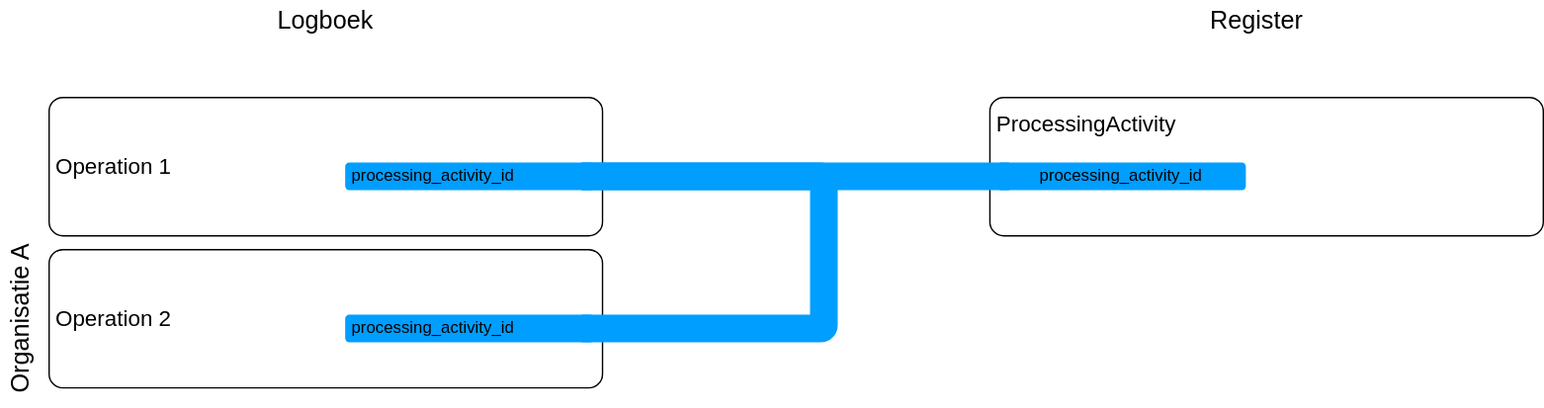
Before: media/relatie_logboekelementen_afbeelding1.svg, a diagram exported from draw.io (Logius-standaarden/logboek-dataverwerkingen-inleiding). Source tidied: cells renumbered, new cells last; positions are measured from the earlier drawing's top-left corner, leaving out a move shared by most shapes.
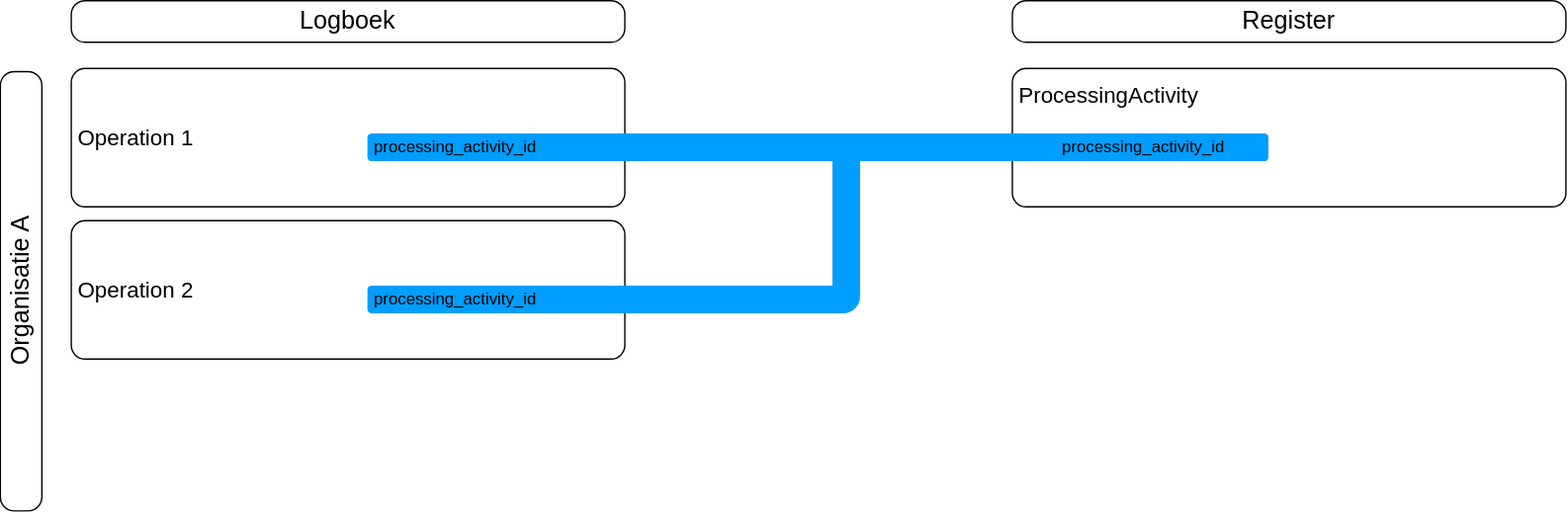
After the commit.

What changed in the source:
```diff
@@ -2,43 +2,43 @@
   <root>
     <mxCell id="0" />
     <mxCell id="1" parent="0" />
+    <mxCell id="4" value="Operation 2" style="rounded=1;whiteSpace=wrap;html=1;align=left;fontSize=16;spacing=5;absoluteArcSize=1;" parent="1" vertex="1">
+      <mxGeometry x="85" y="180" width="400" height="100" as="geometry" />
+    </mxCell>
+    <mxCell id="6" value="ProcessingActivity" style="rounded=1;whiteSpace=wrap;html=1;align=left;fontSize=16;spacing=5;absoluteArcSize=1;verticalAlign=top;" parent="1" vertex="1">
+      <mxGeometry x="765" y="70" width="400" height="100" as="geometry" />
+    </mxCell>
     <mxCell id="2" value="Operation 1" style="rounded=1;whiteSpace=wrap;html=1;align=left;fontSize=16;spacing=5;absoluteArcSize=1;" parent="1" vertex="1">
       <mxGeometry x="85" y="70" width="400" height="100" as="geometry" />
     </mxCell>
-    <mxCell id="3" value="processing_activity_id" style="rounded=1;whiteSpace=wrap;html=1;strokeColor=none;fillColor=#009EFF;points=[[0,0,0,0,0],[0,0.25,0,0,0],[0,0.75,0,0,0],[0,1,0,0,0],[0.05,0.5,0,0,0],[0.25,0,0,0,0],[0.25,1,0,0,0],[0.5,0,0,0,0],[0.5,1,0,0,0],[0.75,0,0,0,0],[0.75,1,0,0,0],[0.95,0.5,0,0,0],[1,0,0,0,0],[1,0.25,0,0,0],[1,0.75,0,0,0],[1,1,0,0,0]];align=left;spacing=5;" parent="1" vertex="1">
-      <mxGeometry x="299" y="117" width="180" height="20" as="geometry" />
-    </mxCell>
-    <mxCell id="4" value="Operation 2" style="rounded=1;whiteSpace=wrap;html=1;align=left;fontSize=16;spacing=5;absoluteArcSize=1;" parent="1" vertex="1">
-      <mxGeometry x="85" y="180" width="400" height="100" as="geometry" />
-    </mxCell>
-    <mxCell id="5" value="processing_activity_id" style="rounded=1;whiteSpace=wrap;html=1;strokeColor=none;fillColor=#009EFF;points=[[0,0,0,0,0],[0,0.25,0,0,0],[0,0.75,0,0,0],[0,1,0,0,0],[0.05,0.5,0,0,0],[0.25,0,0,0,0],[0.25,1,0,0,0],[0.5,0,0,0,0],[0.5,1,0,0,0],[0.75,0,0,0,0],[0.75,1,0,0,0],[0.95,0.5,0,0,0],[1,0,0,0,0],[1,0.25,0,0,0],[1,0.75,0,0,0],[1,1,0,0,0]];align=left;spacing=5;" parent="1" vertex="1">
-      <mxGeometry x="299" y="227" width="180" height="20" as="geometry" />
-    </mxCell>
-    <mxCell id="6" value="ProcessingActivity" style="rounded=1;whiteSpace=wrap;html=1;align=left;fontSize=16;spacing=5;absoluteArcSize=1;verticalAlign=top;" parent="1" vertex="1">
-      <mxGeometry x="765" y="70" width="400" height="100" as="geometry" />
-    </mxCell>
-    <mxCell id="7" value="processing_activity_id" style="rounded=1;whiteSpace=wrap;html=1;strokeColor=none;fillColor=#009EFF;points=[[0,0,0,0,0],[0,0.25,0,0,0],[0,0.75,0,0,0],[0,1,0,0,0],[0.05,0.5,0,0,0],[0.25,0,0,0,0],[0.25,1,0,0,0],[0.5,0,0,0,0],[0.5,1,0,0,0],[0.75,0,0,0,0],[0.75,1,0,0,0],[0.95,0.5,0,0,0],[1,0,0,0,0],[1,0.25,0,0,0],[1,0.75,0,0,0],[1,1,0,0,0]];align=center;spacing=5;" parent="1" vertex="1">
-      <mxGeometry x="770" y="117" width="180" height="20" as="geometry" />
-    </mxCell>
-    <mxCell id="8" style="edgeStyle=orthogonalEdgeStyle;rounded=1;jettySize=auto;html=1;endArrow=none;startFill=0;strokeWidth=20;exitX=0.95;exitY=0.5;exitDx=0;exitDy=0;exitPerimeter=0;strokeColor=#009EFF;curved=0;arcSize=5;entryX=0.05;entryY=0.5;entryDx=0;entryDy=0;entryPerimeter=0;" parent="1" edge="1" source="3" target="7">
-      <mxGeometry relative="1" as="geometry" />
-    </mxCell>
-    <mxCell id="9" value="Organisatie A" style="text;html=1;align=center;verticalAlign=middle;whiteSpace=wrap;rounded=0;rotation=-90;fontSize=18;" parent="1" vertex="1">
-      <mxGeometry y="215" width="130" height="30" as="geometry" />
+    <mxCell id="9" value="Organisatie A" style="text;html=1;align=center;verticalAlign=middle;whiteSpace=wrap;rounded=1;rotation=-90;fontSize=18;fillColor=none;strokeColor=default;absoluteArcSize=1;" parent="1" vertex="1">
+      <mxGeometry x="-110" y="216" width="317.5" height="30" as="geometry" />
     </mxCell>
-    <mxCell id="10" value="Logboek" style="text;html=1;align=center;verticalAlign=middle;whiteSpace=wrap;rounded=0;rotation=0;fontSize=18;" parent="1" vertex="1">
-      <mxGeometry x="255" width="60" height="30" as="geometry" />
+    <mxCell id="10" value="Logboek" style="text;html=1;align=center;verticalAlign=middle;whiteSpace=wrap;rounded=1;rotation=0;fontSize=18;fillColor=none;strokeColor=default;absoluteArcSize=1;" parent="1" vertex="1">
+      <mxGeometry x="85" y="21" width="400" height="30" as="geometry" />
     </mxCell>
-    <mxCell id="11" value="Register" style="text;html=1;align=center;verticalAlign=middle;whiteSpace=wrap;rounded=0;rotation=0;fontSize=18;" parent="1" vertex="1">
-      <mxGeometry x="928" width="60" height="30" as="geometry" />
+    <mxCell id="11" value="Register" style="text;html=1;align=center;verticalAlign=middle;whiteSpace=wrap;rounded=1;rotation=0;fontSize=18;fillColor=none;strokeColor=default;absoluteArcSize=1;" parent="1" vertex="1">
+      <mxGeometry x="765" y="21" width="400" height="30" as="geometry" />
     </mxCell>
-    <mxCell id="12" style="edgeStyle=orthogonalEdgeStyle;rounded=1;jettySize=auto;html=1;entryX=0.95;entryY=0.5;entryDx=0;entryDy=0;entryPerimeter=0;endArrow=none;startFill=0;strokeWidth=20;exitX=0.95;exitY=0.5;exitDx=0;exitDy=0;exitPerimeter=0;strokeColor=#009EFF;curved=0;arcSize=5;" parent="1" edge="1" source="3" target="5">
-      <mxGeometry relative="1" as="geometry">
-        <Array as="points">
-          <mxPoint x="645" y="127" />
-          <mxPoint x="645" y="237" />
-        </Array>
-      </mxGeometry>
-    </mxCell>
+    <mxCell id="13" style="edgeStyle=orthogonalEdgeStyle;rounded=1;jettySize=auto;html=1;entryX=0.95;entryY=0.5;entryDx=0;entryDy=0;entryPerimeter=0;endArrow=none;startFill=0;strokeWidth=20;exitX=0.95;exitY=0.5;exitDx=0;exitDy=0;exitPerimeter=0;strokeColor=#009EFF;curved=0;arcSize=5;" parent="1" edge="1" source="15" target="16">
+      <mxGeometry relative="1" as="geometry">
+        <Array as="points">
+          <mxPoint x="645" y="127" />
+          <mxPoint x="645" y="237" />
+        </Array>
+      </mxGeometry>
+    </mxCell>
+    <mxCell id="14" style="edgeStyle=orthogonalEdgeStyle;rounded=1;jettySize=auto;html=1;endArrow=none;startFill=0;strokeWidth=20;exitX=0.95;exitY=0.5;exitDx=0;exitDy=0;exitPerimeter=0;strokeColor=#009EFF;curved=0;arcSize=5;entryX=0.05;entryY=0.5;entryDx=0;entryDy=0;entryPerimeter=0;" parent="1" edge="1" source="15" target="7">
+      <mxGeometry relative="1" as="geometry" />
+    </mxCell>
+    <mxCell id="15" value="processing_activity_id" style="rounded=1;whiteSpace=wrap;html=1;strokeColor=none;fillColor=#009EFF;points=[[0,0,0,0,0],[0,0.25,0,0,0],[0,0.75,0,0,0],[0,1,0,0,0],[0.05,0.5,0,0,0],[0.25,0,0,0,0],[0.25,1,0,0,0],[0.5,0,0,0,0],[0.5,1,0,0,0],[0.75,0,0,0,0],[0.75,1,0,0,0],[0.95,0.5,0,0,0],[1,0,0,0,0],[1,0.25,0,0,0],[1,0.75,0,0,0],[1,1,0,0,0]];align=left;spacing=5;" parent="1" vertex="1">
+      <mxGeometry x="299" y="117" width="180" height="20" as="geometry" />
+    </mxCell>
+    <mxCell id="16" value="processing_activity_id" style="rounded=1;whiteSpace=wrap;html=1;strokeColor=none;fillColor=#009EFF;points=[[0,0,0,0,0],[0,0.25,0,0,0],[0,0.75,0,0,0],[0,1,0,0,0],[0.05,0.5,0,0,0],[0.25,0,0,0,0],[0.25,1,0,0,0],[0.5,0,0,0,0],[0.5,1,0,0,0],[0.75,0,0,0,0],[0.75,1,0,0,0],[0.95,0.5,0,0,0],[1,0,0,0,0],[1,0.25,0,0,0],[1,0.75,0,0,0],[1,1,0,0,0]];align=left;spacing=5;" parent="1" vertex="1">
+      <mxGeometry x="299" y="227" width="180" height="20" as="geometry" />
+    </mxCell>
+    <mxCell id="7" value="processing_activity_id" style="rounded=1;whiteSpace=wrap;html=1;strokeColor=none;fillColor=#009EFF;points=[[0,0,0,0,0],[0,0.25,0,0,0],[0,0.75,0,0,0],[0,1,0,0,0],[0.05,0.5,0,0,0],[0.25,0,0,0,0],[0.25,1,0,0,0],[0.5,0,0,0,0],[0.5,1,0,0,0],[0.75,0,0,0,0],[0.75,1,0,0,0],[0.95,0.5,0,0,0],[1,0,0,0,0],[1,0.25,0,0,0],[1,0.75,0,0,0],[1,1,0,0,0]];align=center;spacing=5;" parent="1" vertex="1">
+      <mxGeometry x="770" y="117" width="180" height="20" as="geometry" />
+    </mxCell>
   </root>
 </mxGraphModel>
```
